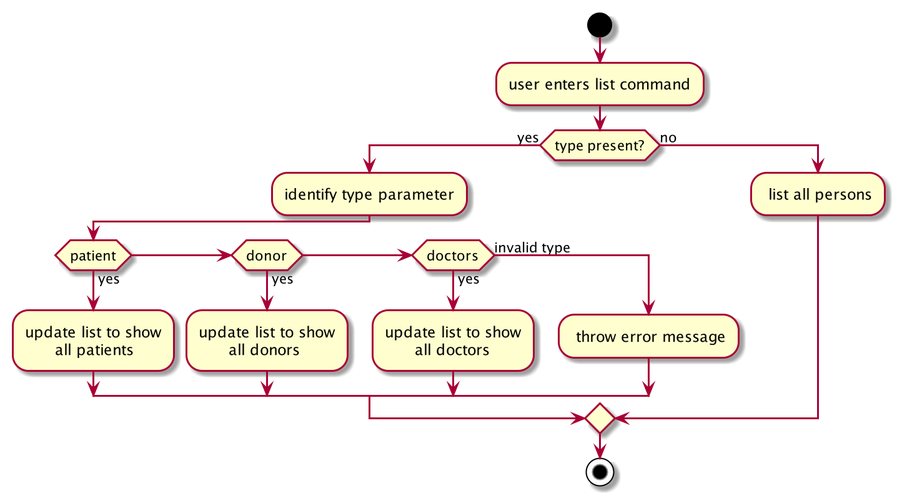
AY1920S1-CS2103T-T13-1/main keeps this PlantUML diagram as docs/images/ListActivityDiagram.png. Above is the earlier version.
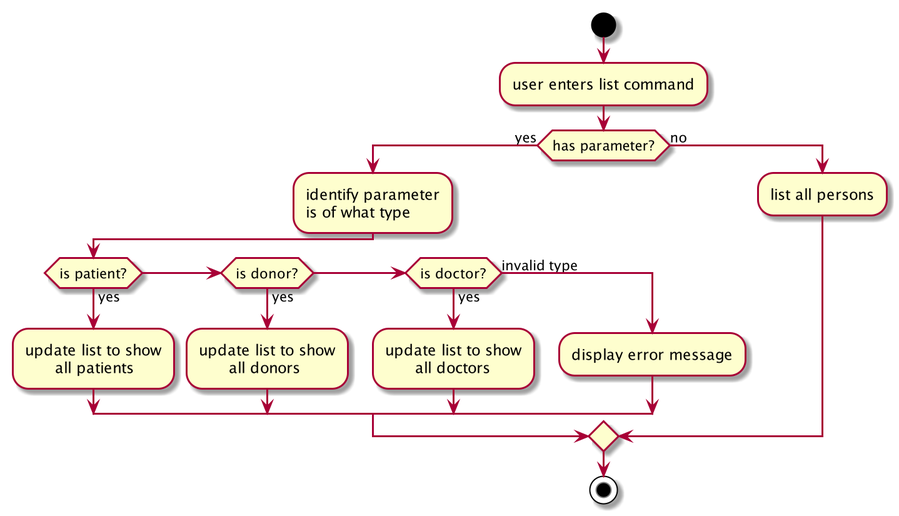
After the change.

Commit message:
Amend diagram.

Change to the diagram source:
```diff
@@ -2,24 +2,23 @@
 
 start
 :user enters list command;
-if (type present?) then (yes)
-    :identify type parameter;
-    if (patient) then (yes)
+if (has parameter?) then (yes)
+    :identify parameter
+    is of what type;
+    if (is patient?) then (yes)
         :update list to show
               all patients;
-    elseif (donor) then (yes)
+    elseif (is donor?) then (yes)
         :update list to show
               all donors;
-    elseif (doctors) then (yes)
+    elseif (is doctor?) then (yes)
         :update list to show
               all doctors;
     else (invalid type)
-        : throw error message;
+        :display error message;
     endif
 else (no)
-    : list all persons;
+    :list all persons;
 endif
-
 stop
-
 @enduml
```
